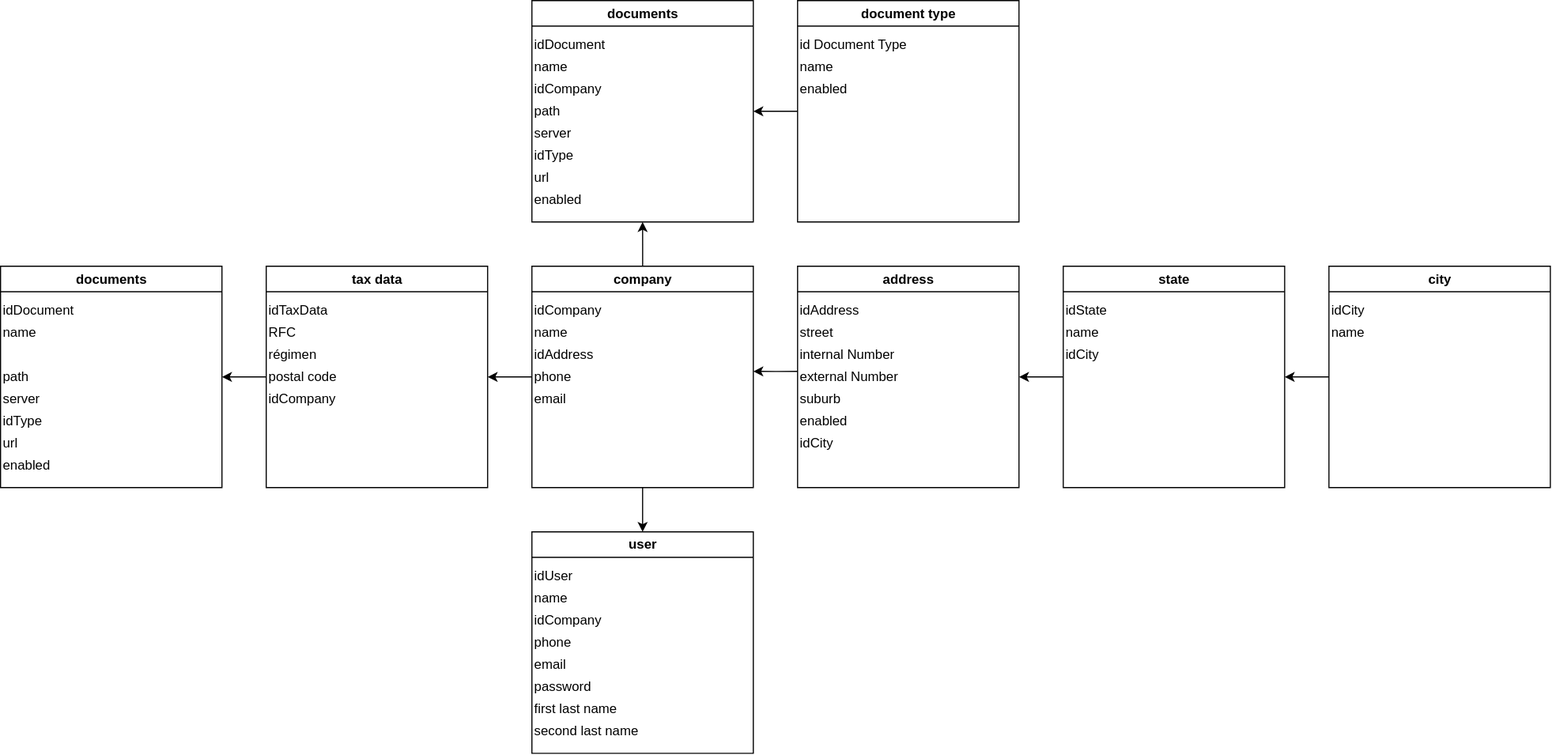
The draw.io diagram dawio/modelo.drawio.svg in carlosj-mc99/jc-investments, before a commit. Source tidied: cells renumbered, new cells last; positions are measured from the earlier drawing's top-left corner, leaving out a move shared by most shapes.
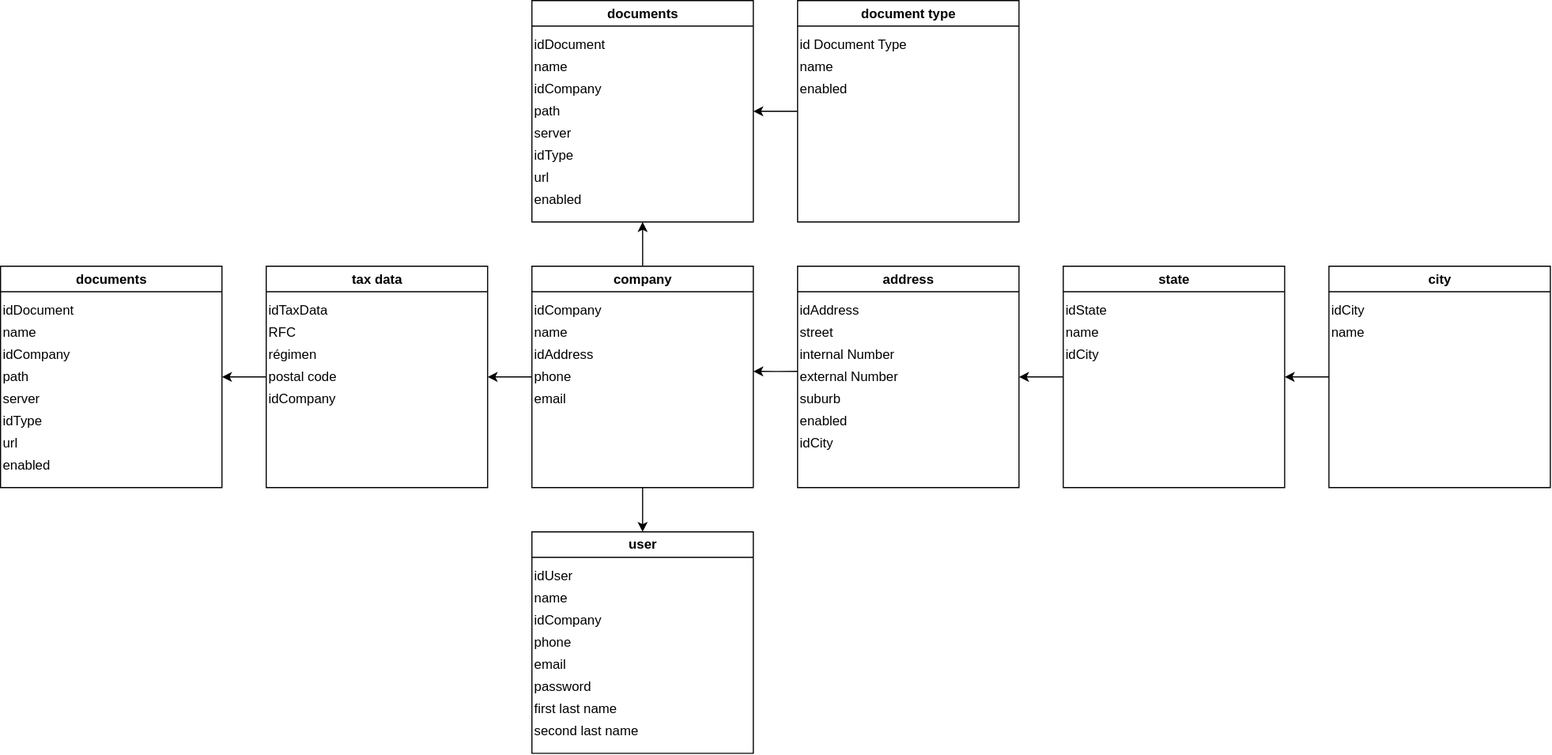
The same diagram one commit later.

Change to the diagram source:
```diff
@@ -186,6 +186,9 @@
     <mxCell id="61" value="name" style="text;html=1;align=left;verticalAlign=middle;whiteSpace=wrap;rounded=0;" parent="59" vertex="1">
       <mxGeometry y="50" width="200" height="20" as="geometry" />
     </mxCell>
+    <mxCell id="67" value="idCompany" style="text;html=1;align=left;verticalAlign=middle;whiteSpace=wrap;rounded=0;" parent="59" vertex="1">
+      <mxGeometry y="70" width="200" height="20" as="geometry" />
+    </mxCell>
     <mxCell id="62" value="path" style="text;html=1;align=left;verticalAlign=middle;whiteSpace=wrap;rounded=0;" parent="59" vertex="1">
       <mxGeometry y="90" width="200" height="20" as="geometry" />
     </mxCell>
```
